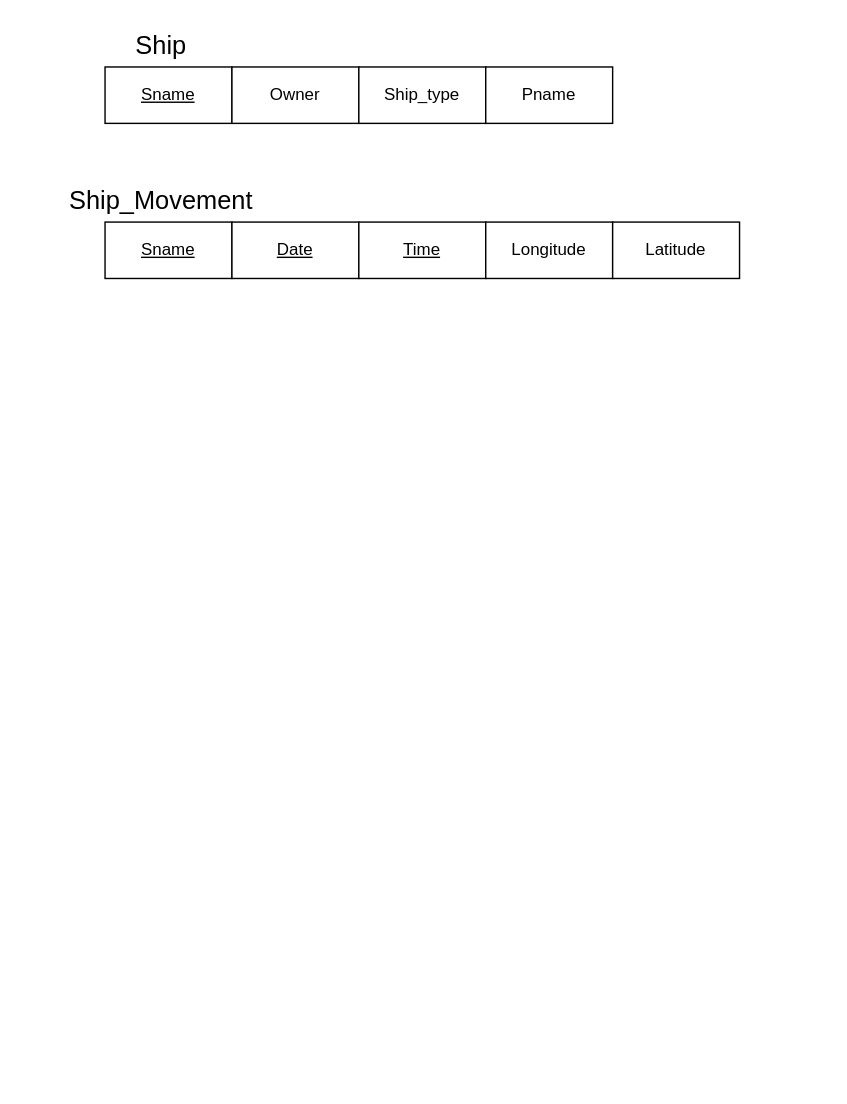
Earlier version of the draw.io diagram ship_diagram.drawio (nballard/601). Source tidied: cells renumbered, new cells numbered last; positions are measured from the earlier drawing's top-left corner, leaving out a move shared by most shapes. Both pictures are drawn from the tidied source at 141%, with x=0, y=0 at pixel (104, 24).
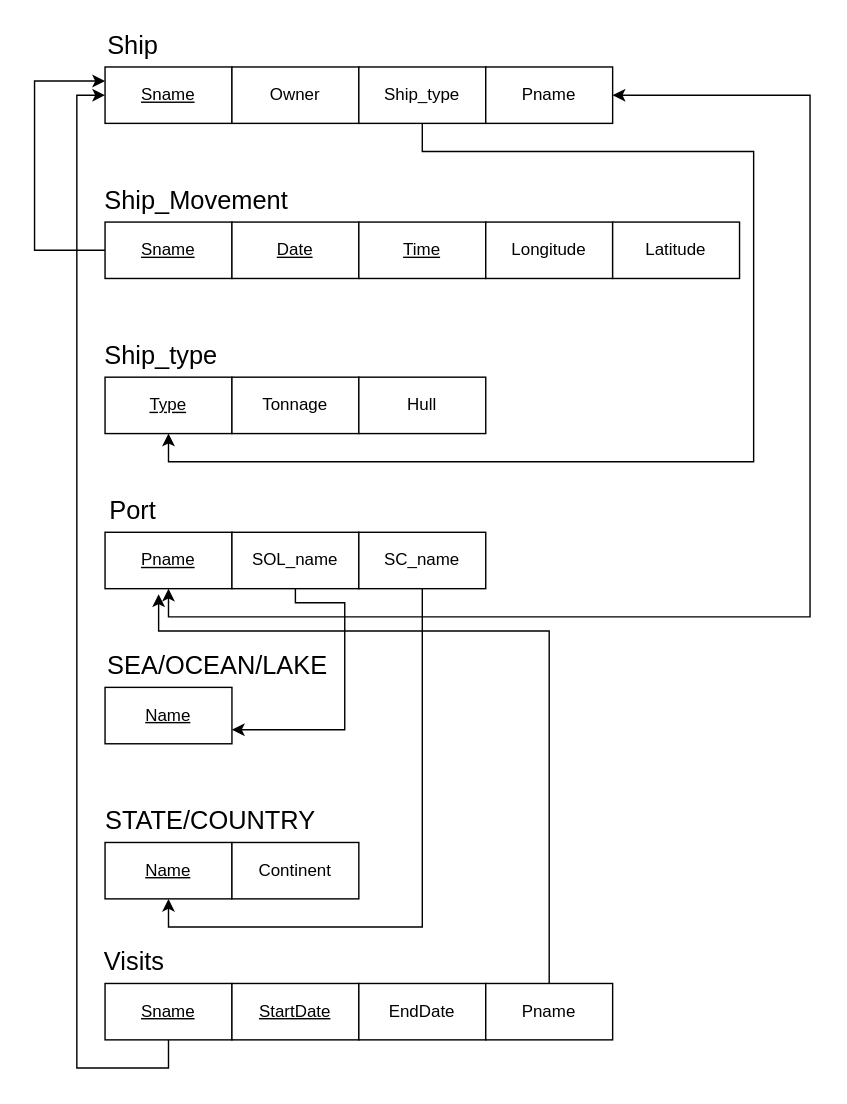
The same page after the edit.

The change refers to these unchanged cells:
```xml
<mxCell id="2" value="&lt;u&gt;Sname&lt;/u&gt;" style="rounded=0;whiteSpace=wrap;html=1;" parent="1" vertex="1">
  <mxGeometry y="30" width="90" height="40" as="geometry" />
</mxCell>
<mxCell id="4" value="Ship_type" style="rounded=0;whiteSpace=wrap;html=1;" parent="1" vertex="1">
  <mxGeometry x="180" y="30" width="90" height="40" as="geometry" />
</mxCell>
<mxCell id="5" value="Pname" style="rounded=0;whiteSpace=wrap;html=1;" parent="1" vertex="1">
  <mxGeometry x="270" y="30" width="90" height="40" as="geometry" />
</mxCell>
<mxCell id="7" value="&lt;u&gt;Sname&lt;/u&gt;" style="rounded=0;whiteSpace=wrap;html=1;" parent="1" vertex="1">
  <mxGeometry y="140" width="90" height="40" as="geometry" />
</mxCell>
```

What changed in the source:
```diff
@@
+    <mxCell id="13" style="edgeStyle=orthogonalEdgeStyle;rounded=0;jettySize=auto;html=1;exitX=0.5;exitY=1;exitDx=0;exitDy=0;entryX=0.5;entryY=1;entryDx=0;entryDy=0;" parent="1" edge="1" source="4" target="15">
+      <mxGeometry relative="1" as="geometry">
+        <Array as="points">
+          <mxPoint x="225" y="90" />
+          <mxPoint x="460" y="90" />
+          <mxPoint x="460" y="310" />
+          <mxPoint x="45" y="310" />
+        </Array>
+      </mxGeometry>
+    </mxCell>
@@
     <mxCell id="6" value="&lt;font style=&quot;font-size: 18px&quot;&gt;Ship&lt;/font&gt;" style="text;html=1;strokeColor=none;fillColor=none;align=center;verticalAlign=middle;whiteSpace=wrap;rounded=0;" parent="1" vertex="1">
-      <mxGeometry width="80" height="30" as="geometry" />
+      <mxGeometry x="-20" width="80" height="30" as="geometry" />
     </mxCell>
+    <mxCell id="14" style="edgeStyle=orthogonalEdgeStyle;rounded=0;jettySize=auto;html=1;exitX=0;exitY=0.5;exitDx=0;exitDy=0;entryX=0;entryY=0.25;entryDx=0;entryDy=0;" parent="1" edge="1" source="7" target="2">
+      <mxGeometry relative="1" as="geometry">
+        <Array as="points">
+          <mxPoint x="-50" y="160" />
+          <mxPoint x="-50" y="40" />
+        </Array>
+      </mxGeometry>
+    </mxCell>
@@
     <mxCell id="11" value="&lt;font style=&quot;font-size: 18px&quot;&gt;Ship_Movement&lt;/font&gt;" style="text;html=1;strokeColor=none;fillColor=none;align=center;verticalAlign=middle;whiteSpace=wrap;rounded=0;" parent="1" vertex="1">
-      <mxGeometry y="110" width="80" height="30" as="geometry" />
+      <mxGeometry x="25" y="110" width="80" height="30" as="geometry" />
     </mxCell>
@@
+    <mxCell id="15" value="&lt;u&gt;Type&lt;/u&gt;" style="rounded=0;whiteSpace=wrap;html=1;" parent="1" vertex="1">
+      <mxGeometry y="250" width="90" height="40" as="geometry" />
+    </mxCell>
+    <mxCell id="16" value="Tonnage" style="rounded=0;whiteSpace=wrap;html=1;" parent="1" vertex="1">
+      <mxGeometry x="90" y="250" width="90" height="40" as="geometry" />
+    </mxCell>
+    <mxCell id="17" value="Hull" style="rounded=0;whiteSpace=wrap;html=1;" parent="1" vertex="1">
+      <mxGeometry x="180" y="250" width="90" height="40" as="geometry" />
+    </mxCell>
+    <mxCell id="18" value="&lt;font style=&quot;font-size: 18px&quot;&gt;Ship_type&lt;/font&gt;" style="text;html=1;strokeColor=none;fillColor=none;align=center;verticalAlign=middle;whiteSpace=wrap;rounded=0;" parent="1" vertex="1">
+      <mxGeometry y="220" width="80" height="30" as="geometry" />
+    </mxCell>
+    <mxCell id="19" style="edgeStyle=orthogonalEdgeStyle;rounded=0;jettySize=auto;html=1;exitX=0.5;exitY=1;exitDx=0;exitDy=0;entryX=1;entryY=0.5;entryDx=0;entryDy=0;startArrow=classic;startFill=1;" parent="1" edge="1" source="20" target="5">
+      <mxGeometry relative="1" as="geometry">
+        <Array as="points">
+          <mxPoint x="45" y="420" />
+          <mxPoint x="500" y="420" />
+          <mxPoint x="500" y="50" />
+        </Array>
+      </mxGeometry>
+    </mxCell>
+    <mxCell id="20" value="&lt;u&gt;Pname&lt;/u&gt;" style="rounded=0;whiteSpace=wrap;html=1;" parent="1" vertex="1">
+      <mxGeometry y="360" width="90" height="40" as="geometry" />
+    </mxCell>
+    <mxCell id="21" style="edgeStyle=orthogonalEdgeStyle;rounded=0;jettySize=auto;html=1;exitX=0.5;exitY=1;exitDx=0;exitDy=0;entryX=1;entryY=0.75;entryDx=0;entryDy=0;" parent="1" edge="1" source="22" target="26">
+      <mxGeometry relative="1" as="geometry">
+        <Array as="points">
+          <mxPoint x="135" y="410" />
+          <mxPoint x="170" y="410" />
+          <mxPoint x="170" y="500" />
+        </Array>
+      </mxGeometry>
+    </mxCell>
+    <mxCell id="22" value="SOL_name" style="rounded=0;whiteSpace=wrap;html=1;" parent="1" vertex="1">
+      <mxGeometry x="90" y="360" width="90" height="40" as="geometry" />
+    </mxCell>
+    <mxCell id="23" style="edgeStyle=orthogonalEdgeStyle;rounded=0;jettySize=auto;html=1;exitX=0.5;exitY=1;exitDx=0;exitDy=0;entryX=0.5;entryY=1;entryDx=0;entryDy=0;" parent="1" edge="1" source="24" target="28">
+      <mxGeometry relative="1" as="geometry" />
+    </mxCell>
+    <mxCell id="24" value="SC_name" style="rounded=0;whiteSpace=wrap;html=1;" parent="1" vertex="1">
+      <mxGeometry x="180" y="360" width="90" height="40" as="geometry" />
+    </mxCell>
+    <mxCell id="25" value="&lt;font style=&quot;font-size: 18px&quot;&gt;Port&lt;/font&gt;" style="text;html=1;strokeColor=none;fillColor=none;align=center;verticalAlign=middle;whiteSpace=wrap;rounded=0;" parent="1" vertex="1">
+      <mxGeometry x="-20" y="330" width="80" height="30" as="geometry" />
+    </mxCell>
+    <mxCell id="26" value="&lt;u&gt;Name&lt;/u&gt;" style="rounded=0;whiteSpace=wrap;html=1;" parent="1" vertex="1">
+      <mxGeometry y="470" width="90" height="40" as="geometry" />
+    </mxCell>
+    <mxCell id="27" value="&lt;span style=&quot;font-size: 18px&quot;&gt;SEA/OCEAN/LAKE&lt;/span&gt;" style="text;html=1;strokeColor=none;fillColor=none;align=center;verticalAlign=middle;whiteSpace=wrap;rounded=0;" parent="1" vertex="1">
+      <mxGeometry x="-5" y="440" width="170" height="30" as="geometry" />
+    </mxCell>
+    <mxCell id="28" value="&lt;u&gt;Name&lt;/u&gt;" style="rounded=0;whiteSpace=wrap;html=1;" parent="1" vertex="1">
+      <mxGeometry y="580" width="90" height="40" as="geometry" />
+    </mxCell>
+    <mxCell id="29" value="&lt;span style=&quot;font-size: 18px&quot;&gt;STATE/COUNTRY&lt;/span&gt;" style="text;html=1;strokeColor=none;fillColor=none;align=center;verticalAlign=middle;whiteSpace=wrap;rounded=0;" parent="1" vertex="1">
+      <mxGeometry x="-10" y="550" width="170" height="30" as="geometry" />
+    </mxCell>
+    <mxCell id="30" value="Continent" style="rounded=0;whiteSpace=wrap;html=1;" parent="1" vertex="1">
+      <mxGeometry x="90" y="580" width="90" height="40" as="geometry" />
+    </mxCell>
+    <mxCell id="31" style="edgeStyle=orthogonalEdgeStyle;rounded=0;jettySize=auto;html=1;exitX=0.5;exitY=1;exitDx=0;exitDy=0;entryX=0;entryY=0.5;entryDx=0;entryDy=0;" parent="1" edge="1" source="32" target="2">
+      <mxGeometry relative="1" as="geometry" />
+    </mxCell>
+    <mxCell id="32" value="&lt;u&gt;Sname&lt;/u&gt;" style="rounded=0;whiteSpace=wrap;html=1;" parent="1" vertex="1">
+      <mxGeometry y="680" width="90" height="40" as="geometry" />
+    </mxCell>
+    <mxCell id="33" value="&lt;u&gt;StartDate&lt;/u&gt;" style="rounded=0;whiteSpace=wrap;html=1;" parent="1" vertex="1">
+      <mxGeometry x="90" y="680" width="90" height="40" as="geometry" />
+    </mxCell>
+    <mxCell id="34" value="EndDate" style="rounded=0;whiteSpace=wrap;html=1;" parent="1" vertex="1">
+      <mxGeometry x="180" y="680" width="90" height="40" as="geometry" />
+    </mxCell>
+    <mxCell id="35" value="&lt;span style=&quot;font-size: 18px&quot;&gt;Visits&lt;/span&gt;" style="text;html=1;strokeColor=none;fillColor=none;align=center;verticalAlign=middle;whiteSpace=wrap;rounded=0;" parent="1" vertex="1">
+      <mxGeometry x="-19" y="650" width="80" height="30" as="geometry" />
+    </mxCell>
+    <mxCell id="36" style="edgeStyle=orthogonalEdgeStyle;rounded=0;jettySize=auto;html=1;exitX=0.5;exitY=0;exitDx=0;exitDy=0;" parent="1" edge="1" source="37">
+      <mxGeometry relative="1" as="geometry">
+        <mxPoint x="38" y="404" as="targetPoint" />
+        <Array as="points">
+          <mxPoint x="315" y="430" />
+          <mxPoint x="38" y="430" />
+        </Array>
+      </mxGeometry>
+    </mxCell>
+    <mxCell id="37" value="Pname" style="rounded=0;whiteSpace=wrap;html=1;" parent="1" vertex="1">
+      <mxGeometry x="270" y="680" width="90" height="40" as="geometry" />
+    </mxCell>
```
